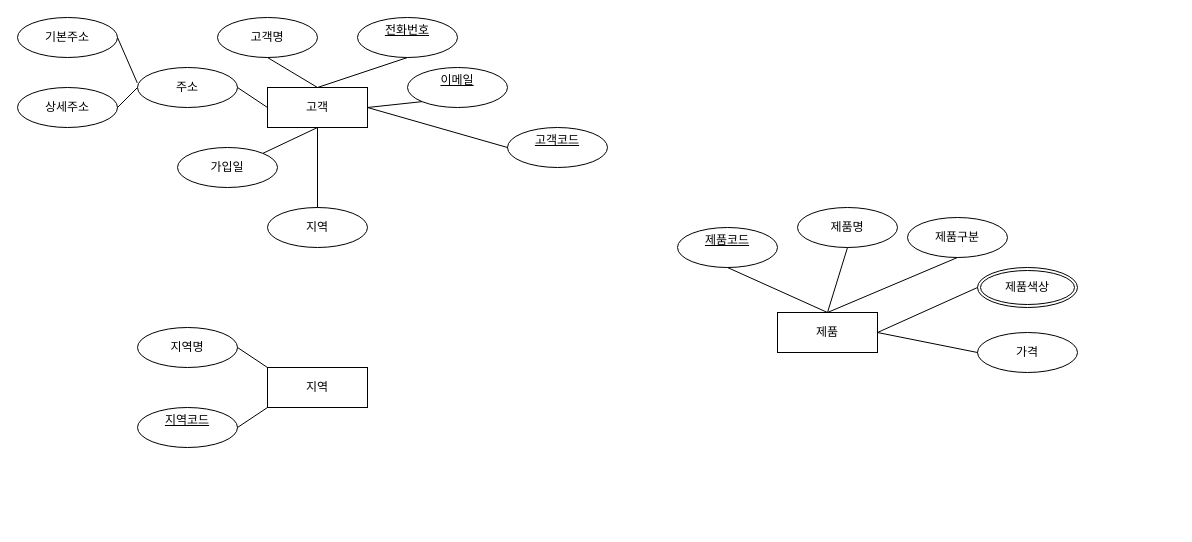
Earlier version of the draw.io diagram 제목 없는 다이어그램.drawio (Wangseonwoo/erd). Source tidied: cells renumbered, new cells numbered last; positions are measured from the earlier drawing's top-left corner, leaving out a move shared by most shapes. Both pictures are drawn from the tidied source at 100%, with x=0, y=0 at pixel (17, 17).
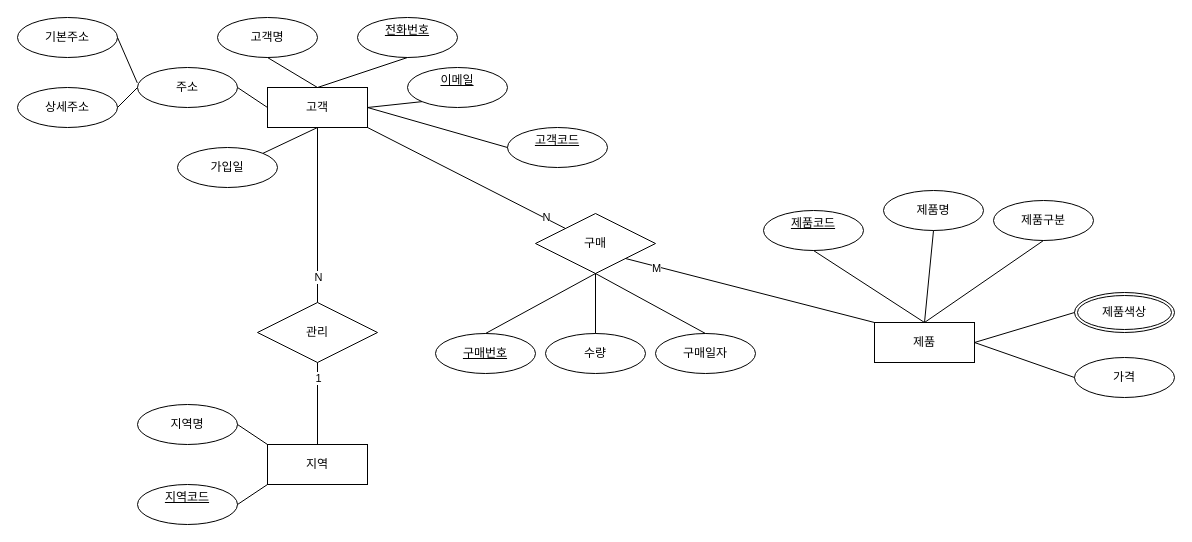
The same page after the edit.

Commit message (it also covers changes not shown here):
제목 없는 다이어그램.drawio 업데이트

The change refers to these unchanged cells:
```xml
<mxCell id="2" value="고객" style="whiteSpace=wrap;html=1;align=center;" parent="1" vertex="1">
  <mxGeometry x="250" y="70" width="100" height="40" as="geometry" />
</mxCell>
```

What changed in the source:
```diff
@@
-    <mxCell id="19" value="지역" style="ellipse;whiteSpace=wrap;html=1;align=center;" parent="1" vertex="1">
-      <mxGeometry x="250" y="190" width="100" height="40" as="geometry" />
-    </mxCell>
-    <mxCell id="20" style="endArrow=none;html=1;rounded=0;exitX=0.5;exitY=0;exitDx=0;exitDy=0;entryX=0.5;entryY=1;entryDx=0;entryDy=0;" parent="1" edge="1" source="19" target="2">
-      <mxGeometry relative="1" as="geometry" />
-    </mxCell>
     <mxCell id="21" value="지역" style="whiteSpace=wrap;html=1;align=center;" parent="1" vertex="1">
-      <mxGeometry x="250" y="350" width="100" height="40" as="geometry" />
+      <mxGeometry x="250" y="427" width="100" height="40" as="geometry" />
     </mxCell>
     <mxCell id="22" value="지역명" style="ellipse;whiteSpace=wrap;html=1;align=center;" parent="1" vertex="1">
-      <mxGeometry x="120" y="310" width="100" height="40" as="geometry" />
+      <mxGeometry x="120" y="387" width="100" height="40" as="geometry" />
     </mxCell>
@@
     <mxCell id="24" value="지역코드&lt;div&gt;&lt;br&gt;&lt;/div&gt;" style="ellipse;whiteSpace=wrap;html=1;align=center;fontStyle=4;" parent="1" vertex="1">
-      <mxGeometry x="120" y="390" width="100" height="40" as="geometry" />
+      <mxGeometry x="120" y="467" width="100" height="40" as="geometry" />
     </mxCell>
     <mxCell id="25" style="endArrow=none;html=1;rounded=0;entryX=1;entryY=0.5;entryDx=0;entryDy=0;" parent="1" edge="1" target="24">
       <mxGeometry relative="1" as="geometry">
-        <mxPoint x="250" y="390" as="sourcePoint" />
+        <mxPoint x="250" y="467" as="sourcePoint" />
       </mxGeometry>
     </mxCell>
     <mxCell id="26" value="제품" style="whiteSpace=wrap;html=1;align=center;" parent="1" vertex="1">
-      <mxGeometry x="760" y="295" width="100" height="40" as="geometry" />
+      <mxGeometry x="857" y="305" width="100" height="40" as="geometry" />
     </mxCell>
     <mxCell id="27" value="제품&lt;span style=&quot;background-color: initial;&quot;&gt;명&lt;/span&gt;" style="ellipse;whiteSpace=wrap;html=1;align=center;" parent="1" vertex="1">
-      <mxGeometry x="780" y="190" width="100" height="40" as="geometry" />
+      <mxGeometry x="866" y="173" width="100" height="40" as="geometry" />
     </mxCell>
@@
     <mxCell id="29" value="제품코드&lt;div&gt;&lt;br&gt;&lt;/div&gt;" style="ellipse;whiteSpace=wrap;html=1;align=center;fontStyle=4;" parent="1" vertex="1">
-      <mxGeometry x="660" y="210" width="100" height="40" as="geometry" />
+      <mxGeometry x="746" y="193" width="100" height="40" as="geometry" />
     </mxCell>
@@
     <mxCell id="31" value="제품구분" style="ellipse;whiteSpace=wrap;html=1;align=center;" parent="1" vertex="1">
-      <mxGeometry x="890" y="200" width="100" height="40" as="geometry" />
+      <mxGeometry x="976" y="183" width="100" height="40" as="geometry" />
     </mxCell>
@@
     <mxCell id="33" value="제품색상" style="ellipse;shape=doubleEllipse;margin=3;whiteSpace=wrap;html=1;align=center;" parent="1" vertex="1">
-      <mxGeometry x="960" y="250" width="100" height="40" as="geometry" />
+      <mxGeometry x="1057" y="275" width="100" height="40" as="geometry" />
     </mxCell>
     <mxCell id="34" value="가격" style="ellipse;whiteSpace=wrap;html=1;align=center;" parent="1" vertex="1">
-      <mxGeometry x="960" y="315" width="100" height="40" as="geometry" />
+      <mxGeometry x="1057" y="340" width="100" height="40" as="geometry" />
     </mxCell>
@@
+    <mxCell id="37" value="관리" style="shape=rhombus;perimeter=rhombusPerimeter;whiteSpace=wrap;html=1;align=center;" parent="1" vertex="1">
+      <mxGeometry x="240" y="285" width="120" height="60" as="geometry" />
+    </mxCell>
+    <mxCell id="38" style="endArrow=none;html=1;rounded=0;exitX=0.5;exitY=0;exitDx=0;exitDy=0;entryX=0.5;entryY=1;entryDx=0;entryDy=0;" parent="1" edge="1" source="37" target="2">
+      <mxGeometry relative="1" as="geometry" />
+    </mxCell>
+    <mxCell id="39" value="N" style="edgeLabel;html=1;align=center;verticalAlign=middle;" parent="38" vertex="1">
+      <mxGeometry x="-0.5" relative="1" as="geometry">
+        <mxPoint y="18" as="offset" />
+      </mxGeometry>
+    </mxCell>
+    <mxCell id="40" style="endArrow=none;html=1;rounded=0;exitX=0.5;exitY=0;exitDx=0;exitDy=0;entryX=0.5;entryY=1;entryDx=0;entryDy=0;" parent="1" edge="1" source="21" target="37">
+      <mxGeometry relative="1" as="geometry" />
+    </mxCell>
+    <mxCell id="41" value="1" style="edgeLabel;html=1;align=center;verticalAlign=middle;" parent="40" vertex="1">
+      <mxGeometry x="-0.5" relative="1" as="geometry">
+        <mxPoint y="-46" as="offset" />
+      </mxGeometry>
+    </mxCell>
+    <mxCell id="42" value="구매" style="shape=rhombus;perimeter=rhombusPerimeter;whiteSpace=wrap;html=1;align=center;" parent="1" vertex="1">
+      <mxGeometry x="518" y="196" width="120" height="60" as="geometry" />
+    </mxCell>
+    <mxCell id="43" value="구매번호" style="ellipse;whiteSpace=wrap;html=1;align=center;fontStyle=4;" parent="1" vertex="1">
+      <mxGeometry x="418" y="316" width="100" height="40" as="geometry" />
+    </mxCell>
+    <mxCell id="44" value="수량" style="ellipse;whiteSpace=wrap;html=1;align=center;" parent="1" vertex="1">
+      <mxGeometry x="528" y="316" width="100" height="40" as="geometry" />
+    </mxCell>
+    <mxCell id="45" value="구매일자" style="ellipse;whiteSpace=wrap;html=1;align=center;" parent="1" vertex="1">
+      <mxGeometry x="638" y="316" width="100" height="40" as="geometry" />
+    </mxCell>
+    <mxCell id="46" style="endArrow=none;html=1;rounded=0;entryX=0.5;entryY=1;entryDx=0;entryDy=0;exitX=0.5;exitY=0;exitDx=0;exitDy=0;" parent="1" edge="1" source="43" target="42">
+      <mxGeometry relative="1" as="geometry" />
+    </mxCell>
+    <mxCell id="47" style="endArrow=none;html=1;rounded=0;entryX=0.5;entryY=1;entryDx=0;entryDy=0;exitX=0.5;exitY=0;exitDx=0;exitDy=0;" parent="1" edge="1" source="45" target="42">
+      <mxGeometry relative="1" as="geometry" />
+    </mxCell>
+    <mxCell id="48" style="endArrow=none;html=1;rounded=0;entryX=0.5;entryY=1;entryDx=0;entryDy=0;exitX=0.5;exitY=0;exitDx=0;exitDy=0;" parent="1" edge="1" source="44" target="42">
+      <mxGeometry relative="1" as="geometry" />
+    </mxCell>
+    <mxCell id="49" style="endArrow=none;html=1;rounded=0;exitX=0;exitY=0;exitDx=0;exitDy=0;entryX=1;entryY=1;entryDx=0;entryDy=0;" parent="1" edge="1" source="42" target="2">
+      <mxGeometry relative="1" as="geometry" />
+    </mxCell>
+    <mxCell id="50" value="N" style="edgeLabel;html=1;align=center;verticalAlign=middle;" parent="49" vertex="1">
+      <mxGeometry x="-0.5" relative="1" as="geometry">
+        <mxPoint x="30" y="14" as="offset" />
+      </mxGeometry>
+    </mxCell>
+    <mxCell id="51" style="endArrow=none;html=1;rounded=0;exitX=0;exitY=0;exitDx=0;exitDy=0;entryX=1;entryY=1;entryDx=0;entryDy=0;" parent="1" edge="1" source="26" target="42">
+      <mxGeometry relative="1" as="geometry" />
+    </mxCell>
+    <mxCell id="52" value="M" style="edgeLabel;html=1;align=center;verticalAlign=middle;" parent="51" vertex="1">
+      <mxGeometry x="-0.5" relative="1" as="geometry">
+        <mxPoint x="-157" y="-39" as="offset" />
+      </mxGeometry>
+    </mxCell>
```
